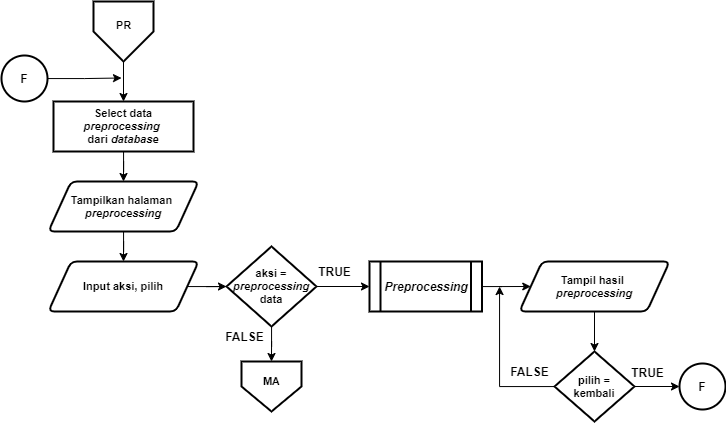
The draw.io diagram Dokumen TA/Paper/Flowchart/M9. Flowchart menu preprocessing.png in muspriandi/TextMining-SentimentAnalysis, before a commit. Source tidied: cells renumbered, new cells last; positions are measured from the earlier drawing's top-left corner, leaving out a move shared by most shapes. Its diagram source:
```xml
<mxGraphModel>
  <root>
    <mxCell id="0" />
    <mxCell id="1" parent="0" />
    <mxCell id="2" style="edgeStyle=orthogonalEdgeStyle;rounded=0;orthogonalLoop=1;jettySize=auto;html=1;entryX=0.5;entryY=0;entryDx=0;entryDy=0;entryPerimeter=0;fontSize=12;" parent="1" edge="1">
      <mxGeometry relative="1" as="geometry">
        <mxPoint x="643" y="530" as="sourcePoint" />
        <Array as="points">
          <mxPoint x="643" y="570" />
          <mxPoint x="743" y="570" />
          <mxPoint x="743" y="230" />
          <mxPoint x="843" y="230" />
        </Array>
      </mxGeometry>
    </mxCell>
    <mxCell id="3" style="edgeStyle=orthogonalEdgeStyle;rounded=0;orthogonalLoop=1;jettySize=auto;html=1;entryX=0.5;entryY=0;entryDx=0;entryDy=0;entryPerimeter=0;fontSize=12;" parent="1" edge="1">
      <mxGeometry relative="1" as="geometry">
        <mxPoint x="623" y="500" as="sourcePoint" />
        <Array as="points">
          <mxPoint x="623" y="540" />
          <mxPoint x="723" y="540" />
          <mxPoint x="723" y="200" />
          <mxPoint x="823" y="200" />
        </Array>
      </mxGeometry>
    </mxCell>
    <mxCell id="4" style="edgeStyle=orthogonalEdgeStyle;rounded=0;jettySize=auto;html=1;entryX=0.5;entryY=0;entryDx=0;entryDy=0;fontSize=11;" parent="1" edge="1" source="5" target="10">
      <mxGeometry relative="1" as="geometry" />
    </mxCell>
    <mxCell id="5" style="verticalLabelPosition=bottom;verticalAlign=top;html=1;shape=offPageConnector;rounded=0;size=0.5;fontStyle=0;strokeWidth=2;" parent="1" vertex="1">
      <mxGeometry x="92" width="60" height="60" as="geometry" />
    </mxCell>
    <mxCell id="6" value="PR" style="text;html=1;align=center;verticalAlign=middle;fontSize=11;fontStyle=1;" parent="1" vertex="1">
      <mxGeometry x="107" y="14" width="30" height="20" as="geometry" />
    </mxCell>
    <mxCell id="7" style="edgeStyle=orthogonalEdgeStyle;rounded=0;jettySize=auto;html=1;entryX=0.5;entryY=0;entryDx=0;entryDy=0;" parent="1" edge="1" source="8" target="14">
      <mxGeometry relative="1" as="geometry" />
    </mxCell>
    <mxCell id="8" value="&lt;b&gt;Tampilkan halaman &lt;br&gt;&lt;i&gt;preprocessing&lt;/i&gt;&lt;/b&gt;" style="shape=parallelogram;html=1;strokeWidth=2;perimeter=parallelogramPerimeter;whiteSpace=wrap;rounded=1;arcSize=12;size=0.15000000000000002;fontSize=11;" parent="1" vertex="1">
      <mxGeometry x="47" y="180" width="150" height="50" as="geometry" />
    </mxCell>
    <mxCell id="9" style="edgeStyle=orthogonalEdgeStyle;rounded=0;jettySize=auto;html=1;entryX=0.5;entryY=0;entryDx=0;entryDy=0;fontSize=11;" parent="1" edge="1" source="10" target="8">
      <mxGeometry relative="1" as="geometry" />
    </mxCell>
    <mxCell id="10" value="Select data &lt;i&gt;preprocessing&amp;nbsp;&lt;br&gt;&lt;/i&gt;dari &lt;i&gt;database&lt;/i&gt;" style="rounded=1;whiteSpace=wrap;html=1;absoluteArcSize=1;arcSize=0;strokeWidth=2;fontSize=11;fontStyle=1;" parent="1" vertex="1">
      <mxGeometry x="52" y="100" width="140" height="50" as="geometry" />
    </mxCell>
    <mxCell id="11" style="verticalLabelPosition=bottom;verticalAlign=top;html=1;shape=offPageConnector;rounded=0;size=0.5;fontStyle=0;strokeWidth=2;" parent="1" vertex="1">
      <mxGeometry x="240" y="360" width="60" height="50" as="geometry" />
    </mxCell>
    <mxCell id="12" value="MA" style="text;html=1;align=center;verticalAlign=middle;fontSize=11;fontStyle=1;" parent="1" vertex="1">
      <mxGeometry x="255" y="370" width="30" height="20" as="geometry" />
    </mxCell>
    <mxCell id="13" style="edgeStyle=orthogonalEdgeStyle;rounded=0;jettySize=auto;html=1;entryX=0;entryY=0.5;entryDx=0;entryDy=0;fontSize=11;" parent="1" edge="1" source="14" target="17">
      <mxGeometry relative="1" as="geometry" />
    </mxCell>
    <mxCell id="14" value="&lt;b&gt;Input aksi, pilih&lt;/b&gt;" style="shape=parallelogram;html=1;strokeWidth=2;perimeter=parallelogramPerimeter;whiteSpace=wrap;rounded=1;arcSize=12;size=0.15000000000000002;fontSize=11;" parent="1" vertex="1">
      <mxGeometry x="47" y="260" width="150" height="50" as="geometry" />
    </mxCell>
    <mxCell id="15" style="edgeStyle=orthogonalEdgeStyle;rounded=0;jettySize=auto;html=1;entryX=0.5;entryY=0;entryDx=0;entryDy=0;fontSize=11;" parent="1" edge="1" source="17" target="11">
      <mxGeometry relative="1" as="geometry" />
    </mxCell>
    <mxCell id="16" style="edgeStyle=orthogonalEdgeStyle;rounded=0;jettySize=auto;html=1;entryX=0;entryY=0.5;entryDx=0;entryDy=0;fontSize=11;" parent="1" edge="1" source="17" target="19">
      <mxGeometry relative="1" as="geometry" />
    </mxCell>
    <mxCell id="17" value="&lt;b style=&quot;font-size: 11px&quot;&gt;&lt;font style=&quot;font-size: 11px&quot;&gt;aksi = &lt;i&gt;preprocessing&lt;/i&gt;&lt;br style=&quot;font-size: 11px&quot;&gt;data&lt;/font&gt;&lt;/b&gt;" style="rhombus;whiteSpace=wrap;html=1;strokeWidth=2;fontSize=11;" parent="1" vertex="1">
      <mxGeometry x="225" y="245" width="90" height="80" as="geometry" />
    </mxCell>
    <mxCell id="18" style="edgeStyle=orthogonalEdgeStyle;rounded=0;jettySize=auto;html=1;entryX=0;entryY=0.5;entryDx=0;entryDy=0;fontSize=11;" parent="1" edge="1" source="19" target="26">
      <mxGeometry relative="1" as="geometry" />
    </mxCell>
    <mxCell id="19" value="&lt;i&gt;&lt;b&gt;&lt;font style=&quot;font-size: 12px&quot;&gt;Preprocessing&lt;/font&gt;&lt;/b&gt;&lt;/i&gt;" style="shape=process;whiteSpace=wrap;html=1;backgroundOutline=1;strokeWidth=2;fontSize=11;" parent="1" vertex="1">
      <mxGeometry x="368" y="260" width="112.5" height="50" as="geometry" />
    </mxCell>
    <mxCell id="20" value="&lt;b&gt;FALSE&lt;/b&gt;" style="text;html=1;align=center;verticalAlign=middle;" parent="1" vertex="1">
      <mxGeometry x="218" y="325" width="50" height="20" as="geometry" />
    </mxCell>
    <mxCell id="21" value="&lt;b&gt;TRUE&lt;/b&gt;" style="text;html=1;align=center;verticalAlign=middle;" parent="1" vertex="1">
      <mxGeometry x="308" y="260" width="50" height="20" as="geometry" />
    </mxCell>
    <mxCell id="22" style="edgeStyle=orthogonalEdgeStyle;rounded=0;jettySize=auto;html=1;fontSize=11;" parent="1" edge="1" source="23">
      <mxGeometry relative="1" as="geometry">
        <mxPoint x="120" y="76.5" as="targetPoint" />
      </mxGeometry>
    </mxCell>
    <mxCell id="23" value="F" style="ellipse;whiteSpace=wrap;html=1;strokeWidth=2;fontStyle=1;" parent="1" vertex="1">
      <mxGeometry y="54" width="46" height="46" as="geometry" />
    </mxCell>
    <mxCell id="24" value="F" style="ellipse;whiteSpace=wrap;html=1;strokeWidth=2;fontStyle=1;" parent="1" vertex="1">
      <mxGeometry x="678" y="362" width="46" height="46" as="geometry" />
    </mxCell>
    <mxCell id="25" style="edgeStyle=orthogonalEdgeStyle;rounded=0;jettySize=auto;html=1;fontSize=11;" parent="1" edge="1" source="26" target="29">
      <mxGeometry relative="1" as="geometry" />
    </mxCell>
    <mxCell id="26" value="&lt;b&gt;Tampil hasil &lt;br&gt;&lt;i&gt;preprocessing&lt;/i&gt;&lt;/b&gt;" style="shape=parallelogram;html=1;strokeWidth=2;perimeter=parallelogramPerimeter;whiteSpace=wrap;rounded=1;arcSize=12;size=0.15000000000000002;fontSize=11;" parent="1" vertex="1">
      <mxGeometry x="518" y="260" width="150" height="50" as="geometry" />
    </mxCell>
    <mxCell id="27" style="edgeStyle=orthogonalEdgeStyle;rounded=0;jettySize=auto;html=1;entryX=0;entryY=0.5;entryDx=0;entryDy=0;fontSize=11;" parent="1" edge="1" source="29" target="24">
      <mxGeometry relative="1" as="geometry" />
    </mxCell>
    <mxCell id="28" style="edgeStyle=orthogonalEdgeStyle;rounded=0;jettySize=auto;html=1;fontSize=11;" parent="1" edge="1" source="29">
      <mxGeometry relative="1" as="geometry">
        <mxPoint x="498" y="285" as="targetPoint" />
        <Array as="points">
          <mxPoint x="498" y="385" />
          <mxPoint x="498" y="285" />
        </Array>
      </mxGeometry>
    </mxCell>
    <mxCell id="29" value="&lt;b style=&quot;font-size: 11px&quot;&gt;&lt;font style=&quot;font-size: 11px&quot;&gt;pilih =&lt;br&gt;kembali&lt;br&gt;&lt;/font&gt;&lt;/b&gt;" style="rhombus;whiteSpace=wrap;html=1;strokeWidth=2;fontSize=11;" parent="1" vertex="1">
      <mxGeometry x="553" y="350" width="80" height="70" as="geometry" />
    </mxCell>
    <mxCell id="30" value="&lt;b&gt;TRUE&lt;/b&gt;" style="text;html=1;align=center;verticalAlign=middle;" parent="1" vertex="1">
      <mxGeometry x="621" y="361" width="50" height="20" as="geometry" />
    </mxCell>
    <mxCell id="31" value="&lt;b&gt;FALSE&lt;/b&gt;" style="text;html=1;align=center;verticalAlign=middle;" parent="1" vertex="1">
      <mxGeometry x="503" y="360" width="50" height="20" as="geometry" />
    </mxCell>
  </root>
</mxGraphModel>
```
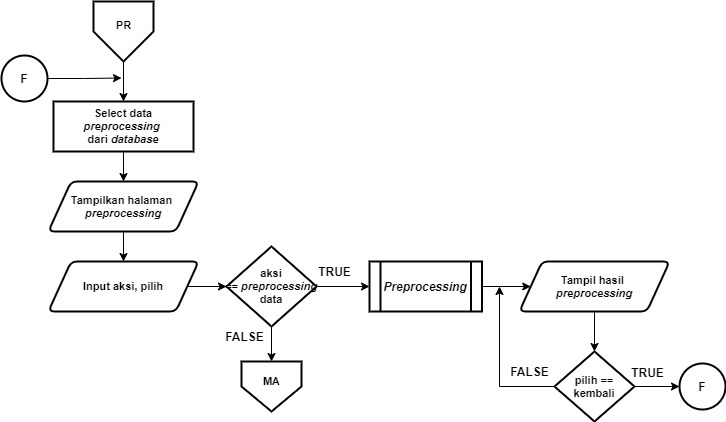
The same diagram one commit later.

What changed in the source:
```diff
@@ -63,7 +63,7 @@
     <mxCell id="16" style="edgeStyle=orthogonalEdgeStyle;rounded=0;jettySize=auto;html=1;entryX=0;entryY=0.5;entryDx=0;entryDy=0;fontSize=11;" parent="1" edge="1" source="17" target="19">
       <mxGeometry relative="1" as="geometry" />
     </mxCell>
-    <mxCell id="17" value="&lt;b style=&quot;font-size: 11px&quot;&gt;&lt;font style=&quot;font-size: 11px&quot;&gt;aksi = &lt;i&gt;preprocessing&lt;/i&gt;&lt;br style=&quot;font-size: 11px&quot;&gt;data&lt;/font&gt;&lt;/b&gt;" style="rhombus;whiteSpace=wrap;html=1;strokeWidth=2;fontSize=11;" parent="1" vertex="1">
+    <mxCell id="17" value="&lt;b style=&quot;font-size: 11px&quot;&gt;&lt;font style=&quot;font-size: 11px&quot;&gt;aksi ==&amp;nbsp;&lt;i&gt;preprocessing&lt;/i&gt;&lt;br style=&quot;font-size: 11px&quot;&gt;data&lt;/font&gt;&lt;/b&gt;" style="rhombus;whiteSpace=wrap;html=1;strokeWidth=2;fontSize=11;" parent="1" vertex="1">
       <mxGeometry x="225" y="245" width="90" height="80" as="geometry" />
     </mxCell>
     <mxCell id="18" style="edgeStyle=orthogonalEdgeStyle;rounded=0;jettySize=auto;html=1;entryX=0;entryY=0.5;entryDx=0;entryDy=0;fontSize=11;" parent="1" edge="1" source="19" target="26">
@@ -107,7 +107,7 @@
         </Array>
       </mxGeometry>
     </mxCell>
-    <mxCell id="29" value="&lt;b style=&quot;font-size: 11px&quot;&gt;&lt;font style=&quot;font-size: 11px&quot;&gt;pilih =&lt;br&gt;kembali&lt;br&gt;&lt;/font&gt;&lt;/b&gt;" style="rhombus;whiteSpace=wrap;html=1;strokeWidth=2;fontSize=11;" parent="1" vertex="1">
+    <mxCell id="29" value="&lt;b style=&quot;font-size: 11px&quot;&gt;&lt;font style=&quot;font-size: 11px&quot;&gt;pilih ==&lt;br&gt;kembali&lt;br&gt;&lt;/font&gt;&lt;/b&gt;" style="rhombus;whiteSpace=wrap;html=1;strokeWidth=2;fontSize=11;" parent="1" vertex="1">
       <mxGeometry x="553" y="350" width="80" height="70" as="geometry" />
     </mxCell>
     <mxCell id="30" value="&lt;b&gt;TRUE&lt;/b&gt;" style="text;html=1;align=center;verticalAlign=middle;" parent="1" vertex="1">
```
